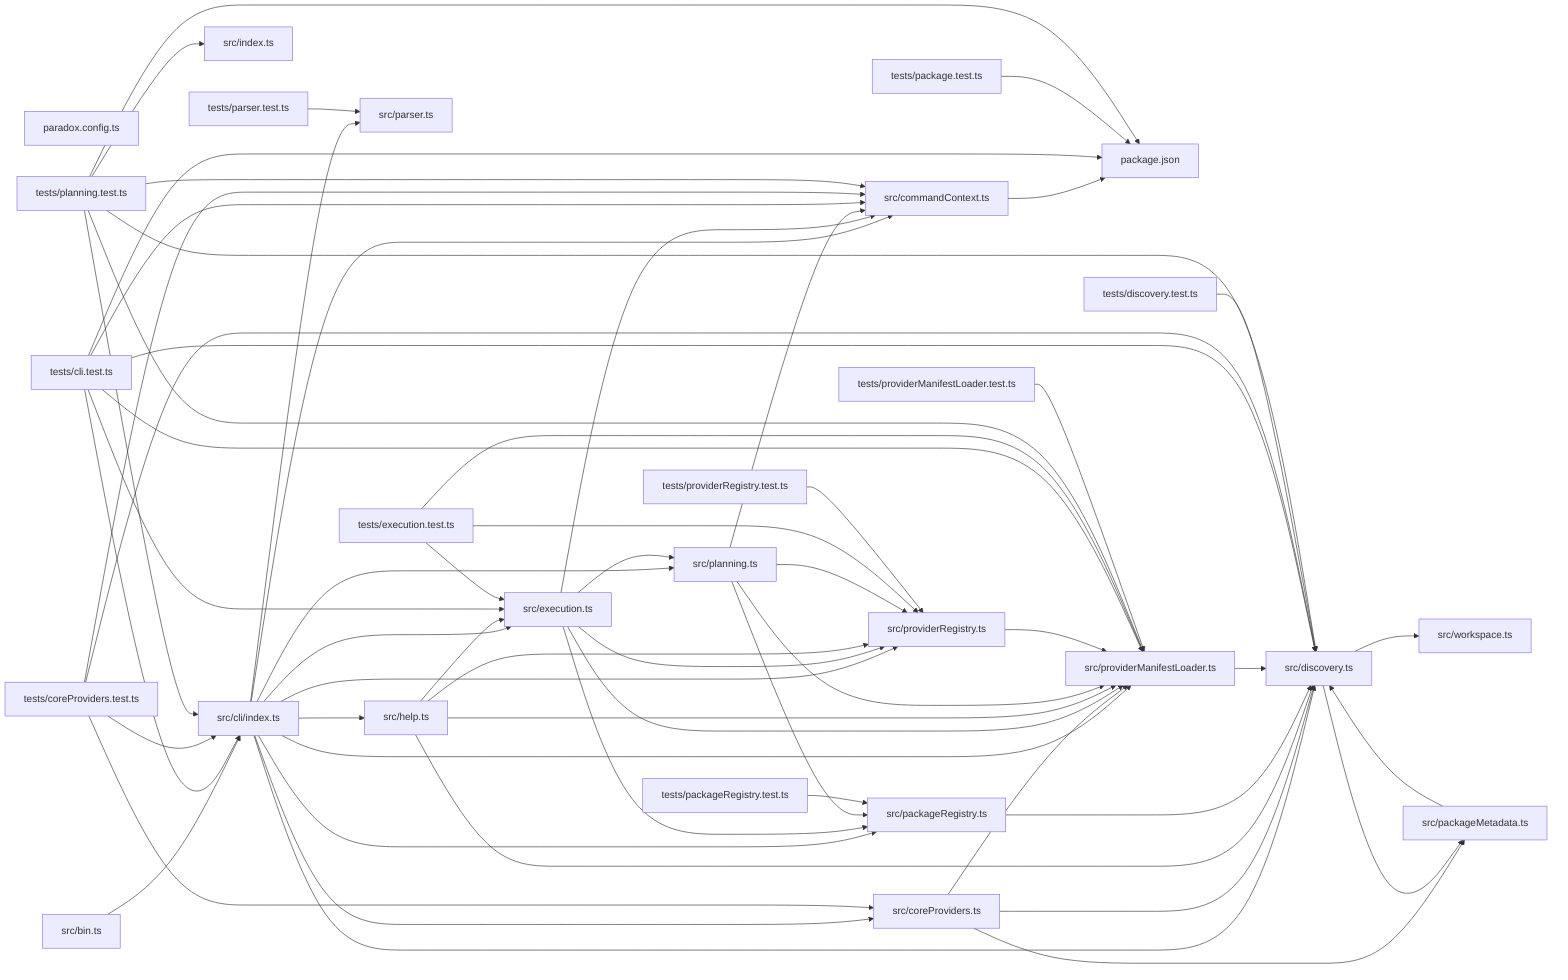
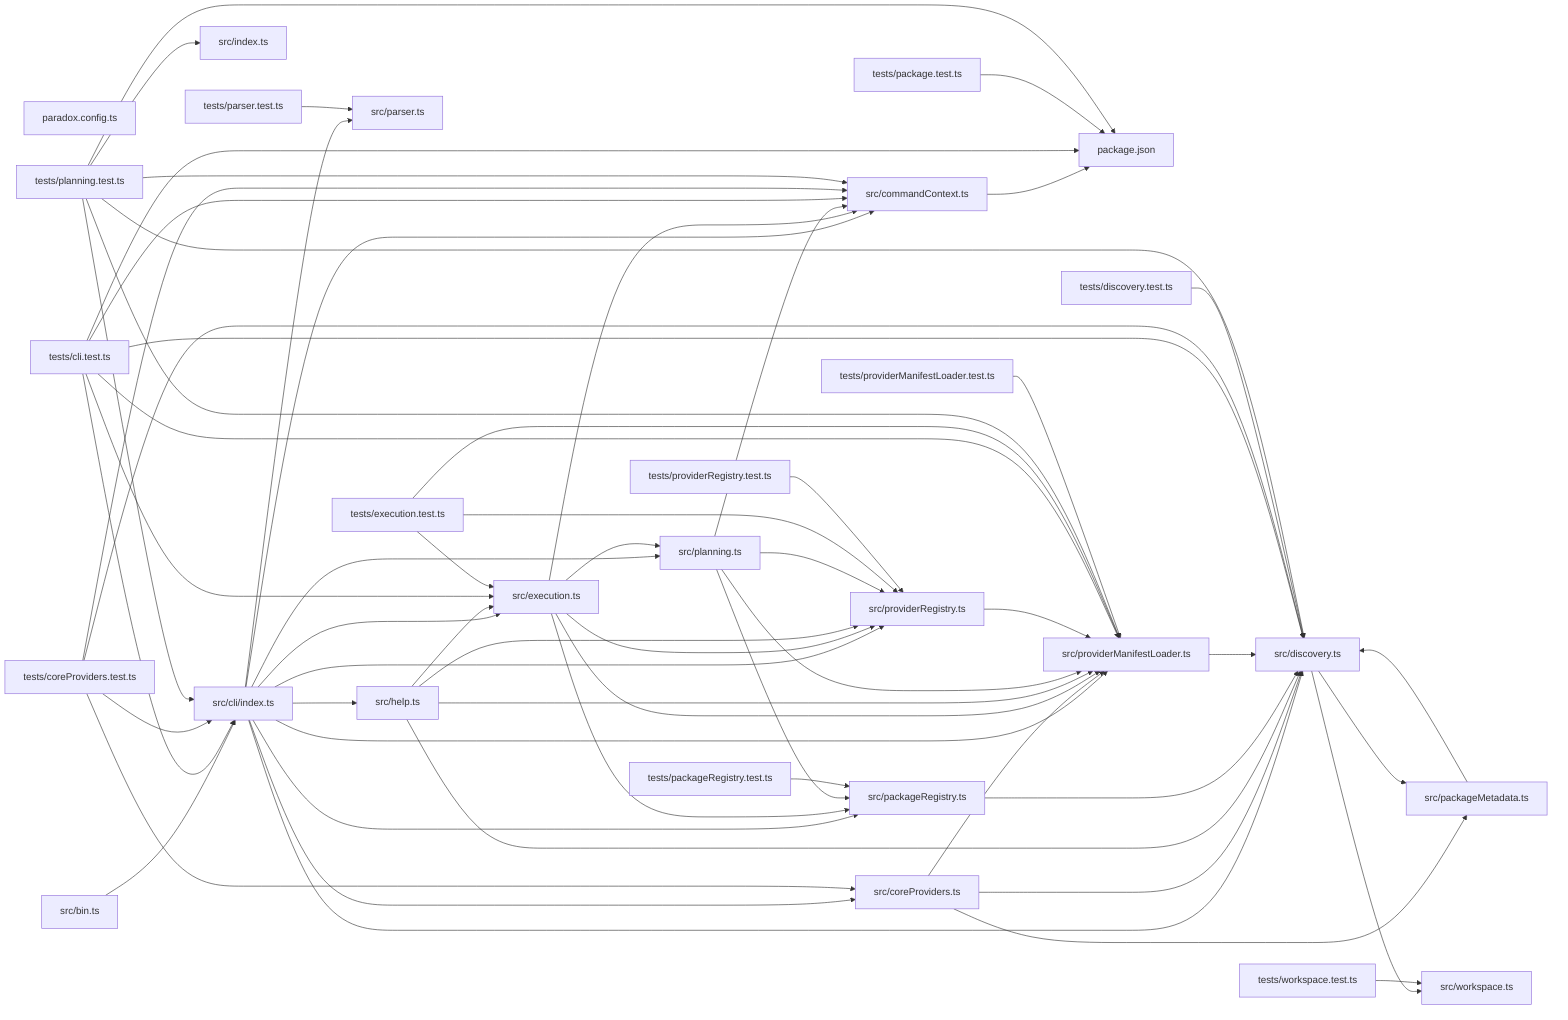
graph LR
  module_package_json["package.json"]
  module_paradox_config_ts["paradox.config.ts"]
  module_src_bin_ts["src/bin.ts"]
  module_src_cli_index_ts["src/cli/index.ts"]
  module_src_commandContext_ts["src/commandContext.ts"]
  module_src_coreProviders_ts["src/coreProviders.ts"]
  module_src_discovery_ts["src/discovery.ts"]
  module_src_execution_ts["src/execution.ts"]
  module_src_help_ts["src/help.ts"]
  module_src_index_ts["src/index.ts"]
  module_src_packageMetadata_ts["src/packageMetadata.ts"]
  module_src_packageRegistry_ts["src/packageRegistry.ts"]
  module_src_parser_ts["src/parser.ts"]
  module_src_planning_ts["src/planning.ts"]
  module_src_providerManifestLoader_ts["src/providerManifestLoader.ts"]
  module_src_providerRegistry_ts["src/providerRegistry.ts"]
  module_src_workspace_ts["src/workspace.ts"]
  module_tests_cli_test_ts["tests/cli.test.ts"]
  module_tests_coreProviders_test_ts["tests/coreProviders.test.ts"]
  module_tests_discovery_test_ts["tests/discovery.test.ts"]
  module_tests_execution_test_ts["tests/execution.test.ts"]
  module_tests_package_test_ts["tests/package.test.ts"]
  module_tests_packageRegistry_test_ts["tests/packageRegistry.test.ts"]
  module_tests_parser_test_ts["tests/parser.test.ts"]
  module_tests_planning_test_ts["tests/planning.test.ts"]
  module_tests_providerManifestLoader_test_ts["tests/providerManifestLoader.test.ts"]
  module_tests_providerRegistry_test_ts["tests/providerRegistry.test.ts"]
+   module_tests_workspace_test_ts["tests/workspace.test.ts"]
  module_src_bin_ts --> module_src_cli_index_ts
  module_src_cli_index_ts --> module_src_commandContext_ts
  module_src_cli_index_ts --> module_src_coreProviders_ts
  module_src_cli_index_ts --> module_src_discovery_ts
  module_src_cli_index_ts --> module_src_execution_ts
  module_src_cli_index_ts --> module_src_help_ts
  module_src_cli_index_ts --> module_src_packageRegistry_ts
  module_src_cli_index_ts --> module_src_parser_ts
  module_src_cli_index_ts --> module_src_planning_ts
  module_src_cli_index_ts --> module_src_providerManifestLoader_ts
  module_src_cli_index_ts --> module_src_providerRegistry_ts
  module_src_commandContext_ts --> module_package_json
  module_src_coreProviders_ts --> module_src_discovery_ts
  module_src_coreProviders_ts --> module_src_packageMetadata_ts
  module_src_coreProviders_ts --> module_src_providerManifestLoader_ts
  module_src_discovery_ts --> module_src_packageMetadata_ts
  module_src_discovery_ts --> module_src_workspace_ts
  module_src_execution_ts --> module_src_commandContext_ts
  module_src_execution_ts --> module_src_packageRegistry_ts
  module_src_execution_ts --> module_src_planning_ts
  module_src_execution_ts --> module_src_providerManifestLoader_ts
  module_src_execution_ts --> module_src_providerRegistry_ts
  module_src_help_ts --> module_src_discovery_ts
  module_src_help_ts --> module_src_execution_ts
  module_src_help_ts --> module_src_providerManifestLoader_ts
  module_src_help_ts --> module_src_providerRegistry_ts
  module_src_packageMetadata_ts --> module_src_discovery_ts
  module_src_packageRegistry_ts --> module_src_discovery_ts
  module_src_planning_ts --> module_src_commandContext_ts
  module_src_planning_ts --> module_src_packageRegistry_ts
  module_src_planning_ts --> module_src_providerManifestLoader_ts
  module_src_planning_ts --> module_src_providerRegistry_ts
  module_src_providerManifestLoader_ts --> module_src_discovery_ts
  module_src_providerRegistry_ts --> module_src_providerManifestLoader_ts
  module_tests_cli_test_ts --> module_package_json
  module_tests_cli_test_ts --> module_src_cli_index_ts
  module_tests_cli_test_ts --> module_src_commandContext_ts
  module_tests_cli_test_ts --> module_src_discovery_ts
  module_tests_cli_test_ts --> module_src_execution_ts
  module_tests_cli_test_ts --> module_src_providerManifestLoader_ts
  module_tests_coreProviders_test_ts --> module_src_cli_index_ts
  module_tests_coreProviders_test_ts --> module_src_commandContext_ts
  module_tests_coreProviders_test_ts --> module_src_coreProviders_ts
  module_tests_coreProviders_test_ts --> module_src_discovery_ts
  module_tests_discovery_test_ts --> module_src_discovery_ts
  module_tests_execution_test_ts --> module_src_execution_ts
  module_tests_execution_test_ts --> module_src_providerManifestLoader_ts
  module_tests_execution_test_ts --> module_src_providerRegistry_ts
  module_tests_package_test_ts --> module_package_json
  module_tests_packageRegistry_test_ts --> module_src_packageRegistry_ts
  module_tests_parser_test_ts --> module_src_parser_ts
  module_tests_planning_test_ts --> module_package_json
  module_tests_planning_test_ts --> module_src_cli_index_ts
  module_tests_planning_test_ts --> module_src_commandContext_ts
  module_tests_planning_test_ts --> module_src_discovery_ts
  module_tests_planning_test_ts --> module_src_index_ts
  module_tests_planning_test_ts --> module_src_providerManifestLoader_ts
  module_tests_providerManifestLoader_test_ts --> module_src_providerManifestLoader_ts
  module_tests_providerRegistry_test_ts --> module_src_providerRegistry_ts
+   module_tests_workspace_test_ts --> module_src_workspace_ts
